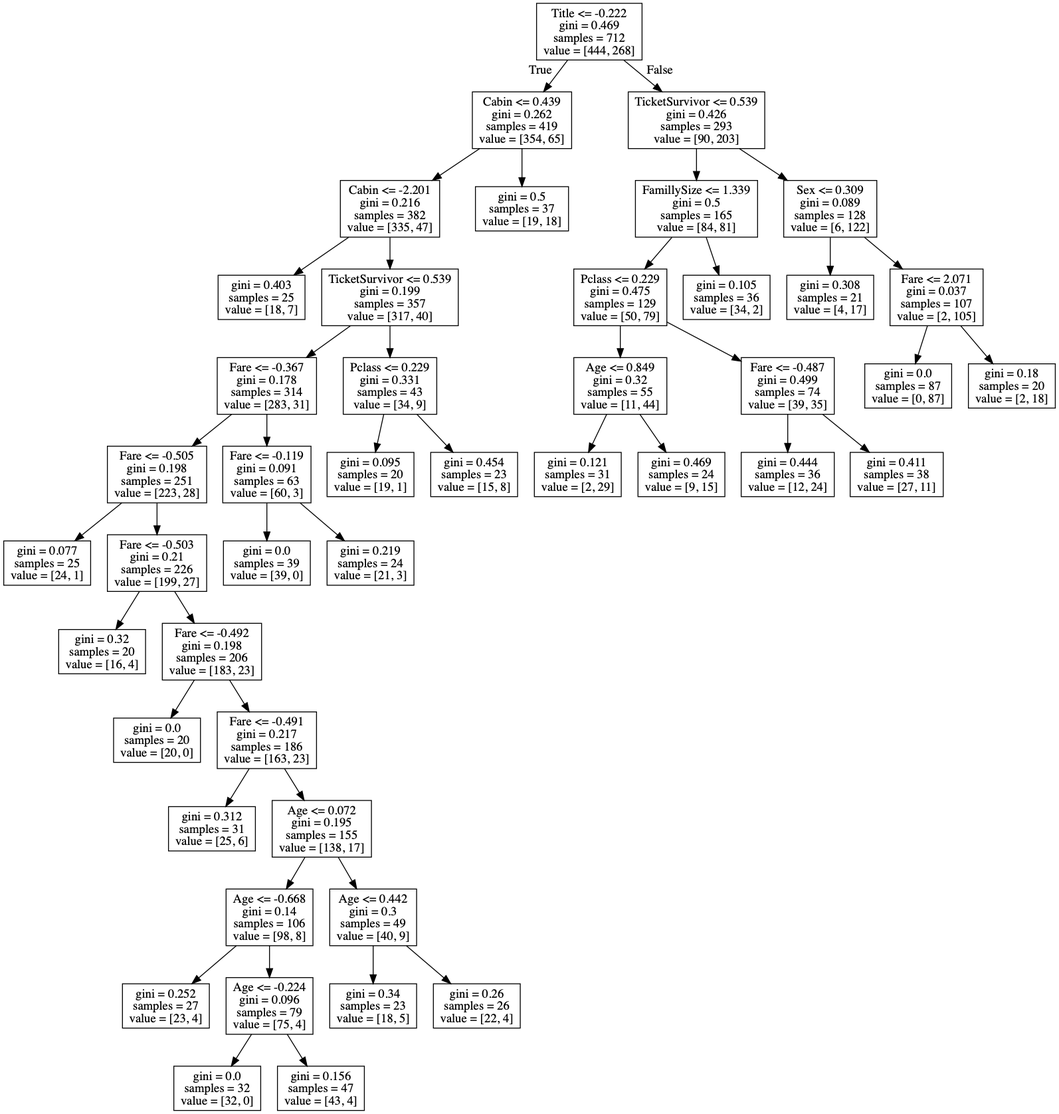
This is titanic/dt.png from nicohlr/kaggle, a Graphviz export, as it was before one commit. Its source is kept beside it as titanic/dt.dot.
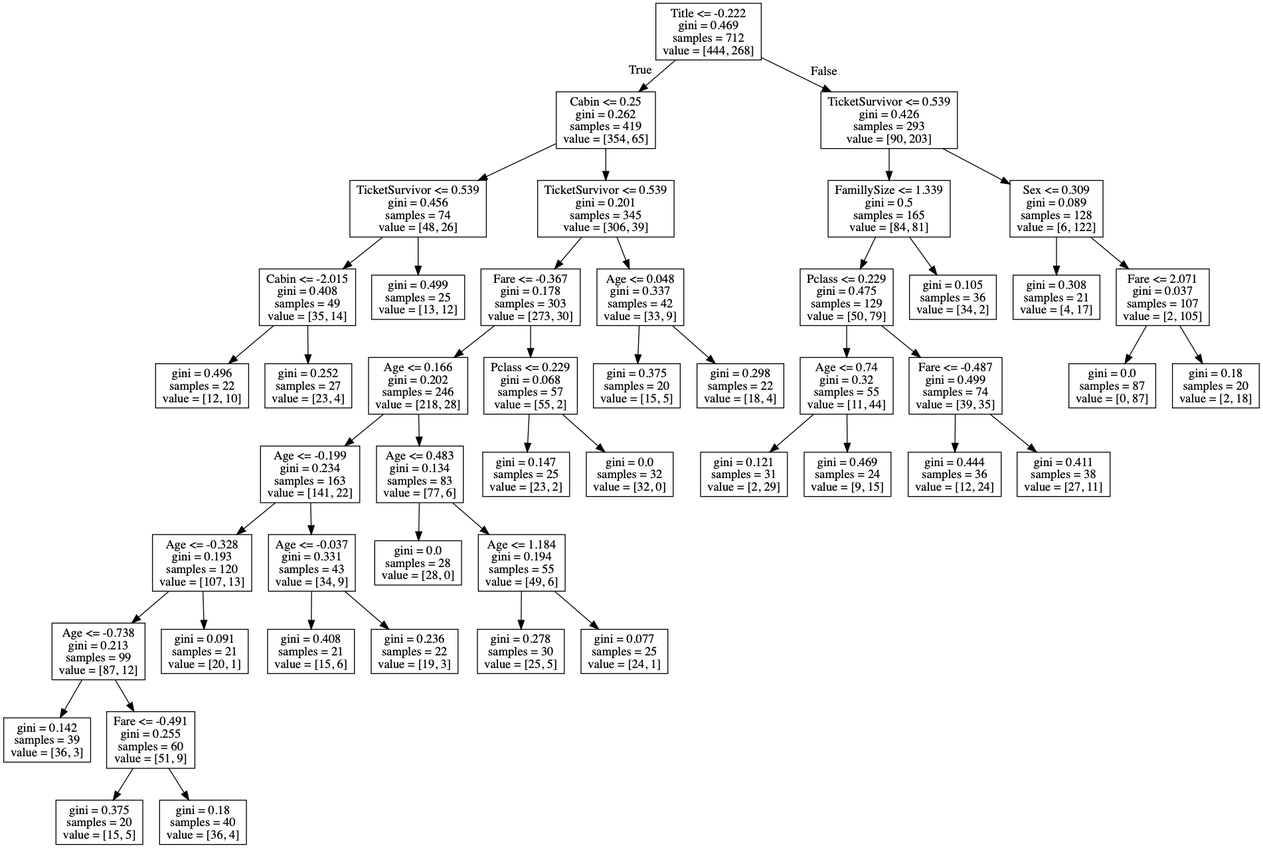
The same diagram one commit later.

The edit, as a diff of the source:
```diff
@@ -1,92 +1,96 @@
 digraph Tree {
 node [shape=box] ;
 0 [label="Title <= -0.222\ngini = 0.469\nsamples = 712\nvalue = [444, 268]"] ;
-1 [label="Cabin <= 0.439\ngini = 0.262\nsamples = 419\nvalue = [354, 65]"] ;
+1 [label="Cabin <= 0.25\ngini = 0.262\nsamples = 419\nvalue = [354, 65]"] ;
 0 -> 1 [labeldistance=2.5, labelangle=45, headlabel="True"] ;
-2 [label="Cabin <= -2.201\ngini = 0.216\nsamples = 382\nvalue = [335, 47]"] ;
+2 [label="TicketSurvivor <= 0.539\ngini = 0.456\nsamples = 74\nvalue = [48, 26]"] ;
 1 -> 2 ;
-3 [label="gini = 0.403\nsamples = 25\nvalue = [18, 7]"] ;
+3 [label="Cabin <= -2.015\ngini = 0.408\nsamples = 49\nvalue = [35, 14]"] ;
 2 -> 3 ;
-4 [label="TicketSurvivor <= 0.539\ngini = 0.199\nsamples = 357\nvalue = [317, 40]"] ;
-2 -> 4 ;
-5 [label="Fare <= -0.367\ngini = 0.178\nsamples = 314\nvalue = [283, 31]"] ;
-4 -> 5 ;
-6 [label="Fare <= -0.505\ngini = 0.198\nsamples = 251\nvalue = [223, 28]"] ;
-5 -> 6 ;
-7 [label="gini = 0.077\nsamples = 25\nvalue = [24, 1]"] ;
-6 -> 7 ;
-8 [label="Fare <= -0.503\ngini = 0.21\nsamples = 226\nvalue = [199, 27]"] ;
-6 -> 8 ;
-9 [label="gini = 0.32\nsamples = 20\nvalue = [16, 4]"] ;
+4 [label="gini = 0.496\nsamples = 22\nvalue = [12, 10]"] ;
+3 -> 4 ;
+5 [label="gini = 0.252\nsamples = 27\nvalue = [23, 4]"] ;
+3 -> 5 ;
+6 [label="gini = 0.499\nsamples = 25\nvalue = [13, 12]"] ;
+2 -> 6 ;
+7 [label="TicketSurvivor <= 0.539\ngini = 0.201\nsamples = 345\nvalue = [306, 39]"] ;
+1 -> 7 ;
+8 [label="Fare <= -0.367\ngini = 0.178\nsamples = 303\nvalue = [273, 30]"] ;
+7 -> 8 ;
+9 [label="Age <= 0.166\ngini = 0.202\nsamples = 246\nvalue = [218, 28]"] ;
 8 -> 9 ;
-10 [label="Fare <= -0.492\ngini = 0.198\nsamples = 206\nvalue = [183, 23]"] ;
-8 -> 10 ;
-11 [label="gini = 0.0\nsamples = 20\nvalue = [20, 0]"] ;
+10 [label="Age <= -0.199\ngini = 0.234\nsamples = 163\nvalue = [141, 22]"] ;
+9 -> 10 ;
+11 [label="Age <= -0.328\ngini = 0.193\nsamples = 120\nvalue = [107, 13]"] ;
 10 -> 11 ;
-12 [label="Fare <= -0.491\ngini = 0.217\nsamples = 186\nvalue = [163, 23]"] ;
-10 -> 12 ;
-13 [label="gini = 0.312\nsamples = 31\nvalue = [25, 6]"] ;
+12 [label="Age <= -0.738\ngini = 0.213\nsamples = 99\nvalue = [87, 12]"] ;
+11 -> 12 ;
+13 [label="gini = 0.142\nsamples = 39\nvalue = [36, 3]"] ;
 12 -> 13 ;
-14 [label="Age <= 0.072\ngini = 0.195\nsamples = 155\nvalue = [138, 17]"] ;
+14 [label="Fare <= -0.491\ngini = 0.255\nsamples = 60\nvalue = [51, 9]"] ;
 12 -> 14 ;
-15 [label="Age <= -0.668\ngini = 0.14\nsamples = 106\nvalue = [98, 8]"] ;
+15 [label="gini = 0.375\nsamples = 20\nvalue = [15, 5]"] ;
 14 -> 15 ;
-16 [label="gini = 0.252\nsamples = 27\nvalue = [23, 4]"] ;
-15 -> 16 ;
-17 [label="Age <= -0.224\ngini = 0.096\nsamples = 79\nvalue = [75, 4]"] ;
-15 -> 17 ;
-18 [label="gini = 0.0\nsamples = 32\nvalue = [32, 0]"] ;
-17 -> 18 ;
-19 [label="gini = 0.156\nsamples = 47\nvalue = [43, 4]"] ;
-17 -> 19 ;
-20 [label="Age <= 0.442\ngini = 0.3\nsamples = 49\nvalue = [40, 9]"] ;
-14 -> 20 ;
-21 [label="gini = 0.34\nsamples = 23\nvalue = [18, 5]"] ;
-20 -> 21 ;
-22 [label="gini = 0.26\nsamples = 26\nvalue = [22, 4]"] ;
-20 -> 22 ;
-23 [label="Fare <= -0.119\ngini = 0.091\nsamples = 63\nvalue = [60, 3]"] ;
-5 -> 23 ;
-24 [label="gini = 0.0\nsamples = 39\nvalue = [39, 0]"] ;
+16 [label="gini = 0.18\nsamples = 40\nvalue = [36, 4]"] ;
+14 -> 16 ;
+17 [label="gini = 0.091\nsamples = 21\nvalue = [20, 1]"] ;
+11 -> 17 ;
+18 [label="Age <= -0.037\ngini = 0.331\nsamples = 43\nvalue = [34, 9]"] ;
+10 -> 18 ;
+19 [label="gini = 0.408\nsamples = 21\nvalue = [15, 6]"] ;
+18 -> 19 ;
+20 [label="gini = 0.236\nsamples = 22\nvalue = [19, 3]"] ;
+18 -> 20 ;
+21 [label="Age <= 0.483\ngini = 0.134\nsamples = 83\nvalue = [77, 6]"] ;
+9 -> 21 ;
+22 [label="gini = 0.0\nsamples = 28\nvalue = [28, 0]"] ;
+21 -> 22 ;
+23 [label="Age <= 1.184\ngini = 0.194\nsamples = 55\nvalue = [49, 6]"] ;
+21 -> 23 ;
+24 [label="gini = 0.278\nsamples = 30\nvalue = [25, 5]"] ;
 23 -> 24 ;
-25 [label="gini = 0.219\nsamples = 24\nvalue = [21, 3]"] ;
+25 [label="gini = 0.077\nsamples = 25\nvalue = [24, 1]"] ;
 23 -> 25 ;
-26 [label="Pclass <= 0.229\ngini = 0.331\nsamples = 43\nvalue = [34, 9]"] ;
-4 -> 26 ;
-27 [label="gini = 0.095\nsamples = 20\nvalue = [19, 1]"] ;
+26 [label="Pclass <= 0.229\ngini = 0.068\nsamples = 57\nvalue = [55, 2]"] ;
+8 -> 26 ;
+27 [label="gini = 0.147\nsamples = 25\nvalue = [23, 2]"] ;
 26 -> 27 ;
-28 [label="gini = 0.454\nsamples = 23\nvalue = [15, 8]"] ;
+28 [label="gini = 0.0\nsamples = 32\nvalue = [32, 0]"] ;
 26 -> 28 ;
-29 [label="gini = 0.5\nsamples = 37\nvalue = [19, 18]"] ;
-1 -> 29 ;
-30 [label="TicketSurvivor <= 0.539\ngini = 0.426\nsamples = 293\nvalue = [90, 203]"] ;
-0 -> 30 [labeldistance=2.5, labelangle=-45, headlabel="False"] ;
-31 [label="FamillySize <= 1.339\ngini = 0.5\nsamples = 165\nvalue = [84, 81]"] ;
-30 -> 31 ;
-32 [label="Pclass <= 0.229\ngini = 0.475\nsamples = 129\nvalue = [50, 79]"] ;
-31 -> 32 ;
-33 [label="Age <= 0.849\ngini = 0.32\nsamples = 55\nvalue = [11, 44]"] ;
+29 [label="Age <= 0.048\ngini = 0.337\nsamples = 42\nvalue = [33, 9]"] ;
+7 -> 29 ;
+30 [label="gini = 0.375\nsamples = 20\nvalue = [15, 5]"] ;
+29 -> 30 ;
+31 [label="gini = 0.298\nsamples = 22\nvalue = [18, 4]"] ;
+29 -> 31 ;
+32 [label="TicketSurvivor <= 0.539\ngini = 0.426\nsamples = 293\nvalue = [90, 203]"] ;
+0 -> 32 [labeldistance=2.5, labelangle=-45, headlabel="False"] ;
+33 [label="FamillySize <= 1.339\ngini = 0.5\nsamples = 165\nvalue = [84, 81]"] ;
 32 -> 33 ;
-34 [label="gini = 0.121\nsamples = 31\nvalue = [2, 29]"] ;
+34 [label="Pclass <= 0.229\ngini = 0.475\nsamples = 129\nvalue = [50, 79]"] ;
 33 -> 34 ;
-35 [label="gini = 0.469\nsamples = 24\nvalue = [9, 15]"] ;
-33 -> 35 ;
-36 [label="Fare <= -0.487\ngini = 0.499\nsamples = 74\nvalue = [39, 35]"] ;
-32 -> 36 ;
-37 [label="gini = 0.444\nsamples = 36\nvalue = [12, 24]"] ;
-36 -> 37 ;
-38 [label="gini = 0.411\nsamples = 38\nvalue = [27, 11]"] ;
-36 -> 38 ;
-39 [label="gini = 0.105\nsamples = 36\nvalue = [34, 2]"] ;
-31 -> 39 ;
-40 [label="Sex <= 0.309\ngini = 0.089\nsamples = 128\nvalue = [6, 122]"] ;
-30 -> 40 ;
-41 [label="gini = 0.308\nsamples = 21\nvalue = [4, 17]"] ;
-40 -> 41 ;
-42 [label="Fare <= 2.071\ngini = 0.037\nsamples = 107\nvalue = [2, 105]"] ;
-40 -> 42 ;
-43 [label="gini = 0.0\nsamples = 87\nvalue = [0, 87]"] ;
+35 [label="Age <= 0.74\ngini = 0.32\nsamples = 55\nvalue = [11, 44]"] ;
+34 -> 35 ;
+36 [label="gini = 0.121\nsamples = 31\nvalue = [2, 29]"] ;
+35 -> 36 ;
+37 [label="gini = 0.469\nsamples = 24\nvalue = [9, 15]"] ;
+35 -> 37 ;
+38 [label="Fare <= -0.487\ngini = 0.499\nsamples = 74\nvalue = [39, 35]"] ;
+34 -> 38 ;
+39 [label="gini = 0.444\nsamples = 36\nvalue = [12, 24]"] ;
+38 -> 39 ;
+40 [label="gini = 0.411\nsamples = 38\nvalue = [27, 11]"] ;
+38 -> 40 ;
+41 [label="gini = 0.105\nsamples = 36\nvalue = [34, 2]"] ;
+33 -> 41 ;
+42 [label="Sex <= 0.309\ngini = 0.089\nsamples = 128\nvalue = [6, 122]"] ;
+32 -> 42 ;
+43 [label="gini = 0.308\nsamples = 21\nvalue = [4, 17]"] ;
 42 -> 43 ;
-44 [label="gini = 0.18\nsamples = 20\nvalue = [2, 18]"] ;
+44 [label="Fare <= 2.071\ngini = 0.037\nsamples = 107\nvalue = [2, 105]"] ;
 42 -> 44 ;
+45 [label="gini = 0.0\nsamples = 87\nvalue = [0, 87]"] ;
+44 -> 45 ;
+46 [label="gini = 0.18\nsamples = 20\nvalue = [2, 18]"] ;
+44 -> 46 ;
 }
```
